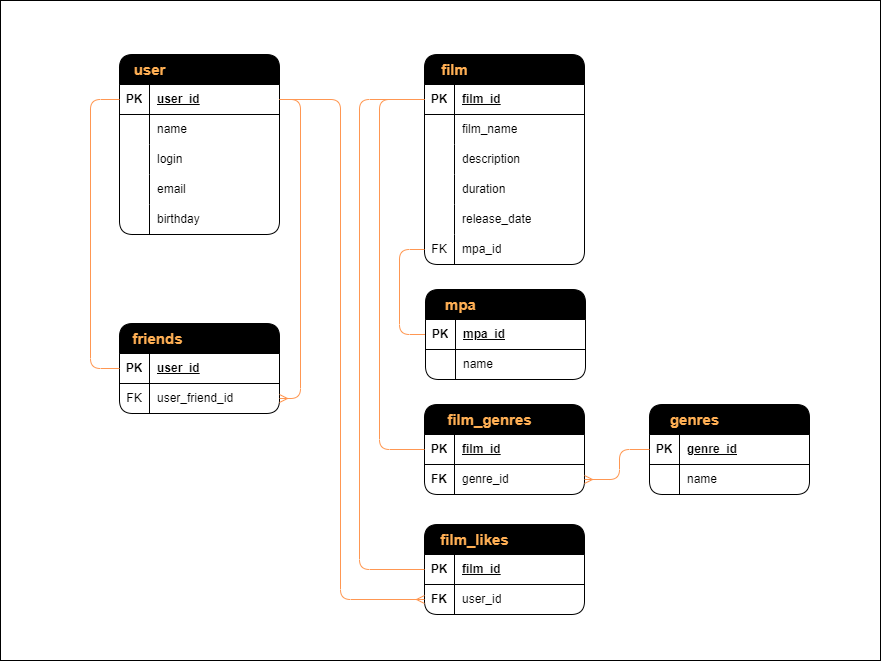
This is src/main/resources/mytable.png from ZeNuW/java-filmorate, a draw.io export, as it was before one commit. Source tidied: cells renumbered, new cells last; positions are measured from the earlier drawing's top-left corner, leaving out a move shared by most shapes.
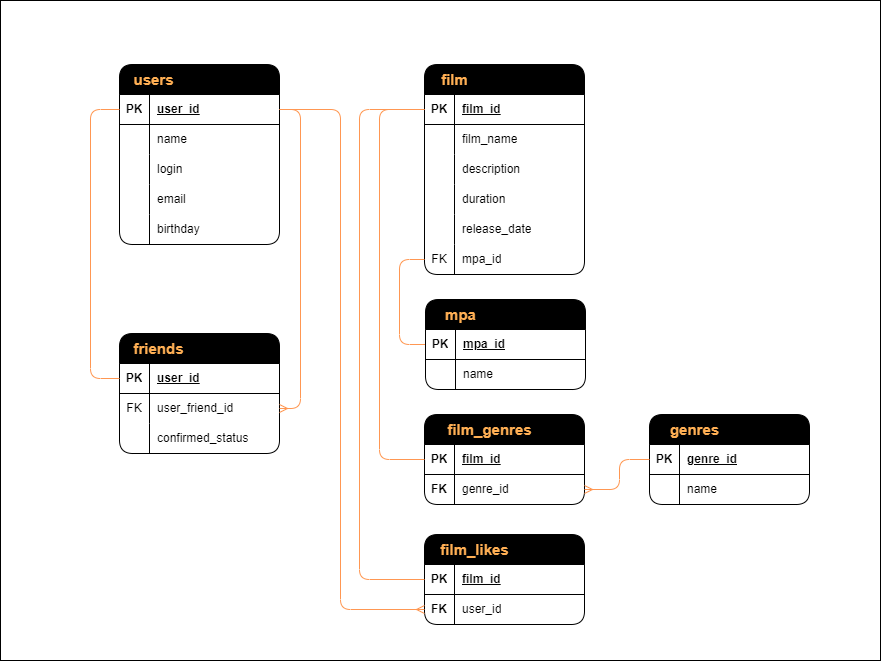
After the change.

Change to the diagram source:
```diff
@@ -3,9 +3,9 @@
     <mxCell id="0" />
     <mxCell id="1" parent="0" />
     <mxCell id="2" style="rounded=0;whiteSpace=wrap;html=1;" parent="1" vertex="1">
-      <mxGeometry width="880" height="660" as="geometry" />
+      <mxGeometry y="-10" width="880" height="660" as="geometry" />
     </mxCell>
-    <mxCell id="3" value="&lt;span style=&quot;font-size: 15px;&quot;&gt;user&lt;/span&gt;" style="rounded=1;shape=table;startSize=30;rowLines=0;fontStyle=1;align=center;html=1;fillColor=#000000;fontColor=#FFAF54;spacingLeft=-100;" parent="1" vertex="1">
+    <mxCell id="3" value="&lt;span style=&quot;font-size: 15px;&quot;&gt;users&lt;/span&gt;" style="rounded=1;shape=table;startSize=30;rowLines=0;fontStyle=1;align=center;html=1;fillColor=#000000;fontColor=#FFAF54;spacingLeft=-93;" parent="1" vertex="1">
       <mxGeometry x="119" y="54" width="160" height="180" as="geometry" />
     </mxCell>
     <mxCell id="4" style="shape=tableRow;horizontal=0;startSize=0;swimlaneHead=0;swimlaneBody=0;fillColor=none;points=[[0,0.5],[1,0.5]];portConstraint=eastwest;top=0;left=0;right=0;bottom=1;rounded=1;" parent="3" vertex="1">
@@ -230,7 +230,7 @@
       </mxGeometry>
     </mxCell>
     <mxCell id="71" value="&lt;span style=&quot;font-size: 15px;&quot;&gt;friends&lt;/span&gt;" style="rounded=1;shape=table;startSize=30;rowLines=0;fontStyle=1;align=center;html=1;fillColor=#000000;fontColor=#FFAF54;spacingLeft=-83;" parent="1" vertex="1">
-      <mxGeometry x="119" y="323" width="160" height="90" as="geometry" />
+      <mxGeometry x="119" y="323" width="160" height="120" as="geometry" />
     </mxCell>
     <mxCell id="72" style="shape=tableRow;horizontal=0;startSize=0;swimlaneHead=0;swimlaneBody=0;fillColor=none;points=[[0,0.5],[1,0.5]];portConstraint=eastwest;top=0;left=0;right=0;bottom=1;rounded=1;" parent="71" vertex="1">
       <mxGeometry y="30" width="160" height="30" as="geometry" />
@@ -241,13 +241,22 @@
     <mxCell id="74" value="user_id" style="shape=partialRectangle;fillColor=none;top=0;left=0;bottom=0;right=0;align=left;spacingLeft=6;fontStyle=5;overflow=hidden;whiteSpace=wrap;html=1;rounded=1;" parent="72" vertex="1">
       <mxGeometry x="30" width="130" height="30" as="geometry" />
     </mxCell>
+    <mxCell id="80" style="shape=tableRow;horizontal=0;startSize=0;swimlaneHead=0;swimlaneBody=0;fillColor=none;points=[[0,0.5],[1,0.5]];portConstraint=eastwest;top=0;left=0;right=0;bottom=0;rounded=1;" parent="71" vertex="1">
+      <mxGeometry y="60" width="160" height="30" as="geometry" />
+    </mxCell>
+    <mxCell id="81" value="FK" style="shape=partialRectangle;fillColor=none;top=0;left=0;bottom=0;right=0;overflow=hidden;whiteSpace=wrap;html=1;rounded=1;" parent="80" vertex="1">
+      <mxGeometry width="30" height="30" as="geometry" />
+    </mxCell>
+    <mxCell id="82" value="user_friend_id" style="shape=partialRectangle;fillColor=none;top=0;left=0;bottom=0;right=0;align=left;spacingLeft=6;overflow=hidden;whiteSpace=wrap;html=1;rounded=1;" parent="80" vertex="1">
+      <mxGeometry x="30" width="130" height="30" as="geometry" />
+    </mxCell>
     <mxCell id="75" style="shape=tableRow;horizontal=0;startSize=0;swimlaneHead=0;swimlaneBody=0;fillColor=none;points=[[0,0.5],[1,0.5]];portConstraint=eastwest;top=0;left=0;right=0;bottom=0;rounded=1;" parent="71" vertex="1">
-      <mxGeometry y="60" width="160" height="30" as="geometry" />
+      <mxGeometry y="90" width="160" height="30" as="geometry" />
     </mxCell>
-    <mxCell id="76" value="FK" style="shape=partialRectangle;fillColor=none;top=0;left=0;bottom=0;right=0;overflow=hidden;whiteSpace=wrap;html=1;rounded=1;" parent="75" vertex="1">
+    <mxCell id="76" style="shape=partialRectangle;fillColor=none;top=0;left=0;bottom=0;right=0;overflow=hidden;whiteSpace=wrap;html=1;rounded=1;" parent="75" vertex="1">
       <mxGeometry width="30" height="30" as="geometry" />
     </mxCell>
-    <mxCell id="77" value="user_friend_id" style="shape=partialRectangle;fillColor=none;top=0;left=0;bottom=0;right=0;align=left;spacingLeft=6;overflow=hidden;whiteSpace=wrap;html=1;rounded=1;" parent="75" vertex="1">
+    <mxCell id="77" value="confirmed_status" style="shape=partialRectangle;fillColor=none;top=0;left=0;bottom=0;right=0;align=left;spacingLeft=6;overflow=hidden;whiteSpace=wrap;html=1;rounded=1;" parent="75" vertex="1">
       <mxGeometry x="30" width="130" height="30" as="geometry" />
     </mxCell>
     <mxCell id="78" style="edgeStyle=elbowEdgeStyle;fontSize=12;html=1;endArrow=none;exitX=0;exitY=0.5;exitDx=0;exitDy=0;rounded=1;entryX=0;entryY=0.5;entryDx=0;entryDy=0;endFill=0;verticalAlign=middle;strokeWidth=1;strokeColor=#FF9752;startSize=6;endSize=6;flowAnimation=0;" parent="1" edge="1" source="4" target="72">
@@ -257,7 +266,7 @@
         </Array>
       </mxGeometry>
     </mxCell>
-    <mxCell id="79" style="edgeStyle=elbowEdgeStyle;fontSize=12;html=1;endArrow=ERmany;rounded=1;entryX=1;entryY=0.5;entryDx=0;entryDy=0;endFill=0;strokeColor=#FF9752;exitX=1;exitY=0.5;exitDx=0;exitDy=0;" parent="1" edge="1" source="4" target="75">
+    <mxCell id="79" style="edgeStyle=elbowEdgeStyle;fontSize=12;html=1;endArrow=ERmany;rounded=1;entryX=1;entryY=0.5;entryDx=0;entryDy=0;endFill=0;strokeColor=#FF9752;exitX=1;exitY=0.5;exitDx=0;exitDy=0;" parent="1" edge="1" source="4" target="80">
       <mxGeometry relative="1" as="geometry">
         <Array as="points">
           <mxPoint x="300" y="213" />
```
